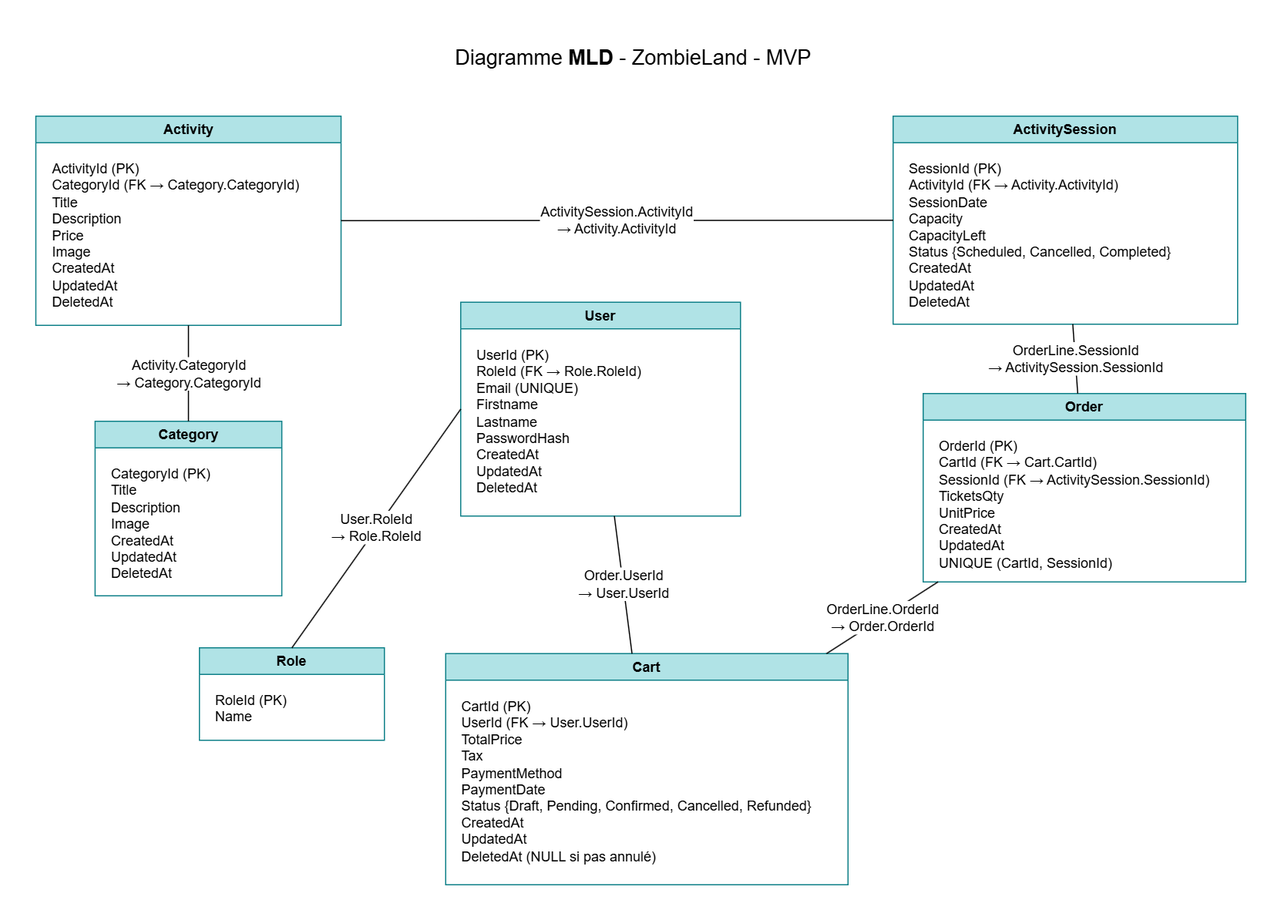
This is _conception/datamodels/mld.drawio.png from 5h4r0/z0mbiez0ne, a draw.io export, as it was before one commit. Source tidied: cells renumbered, new cells last; positions are measured from the earlier drawing's top-left corner, leaving out a move shared by most shapes.
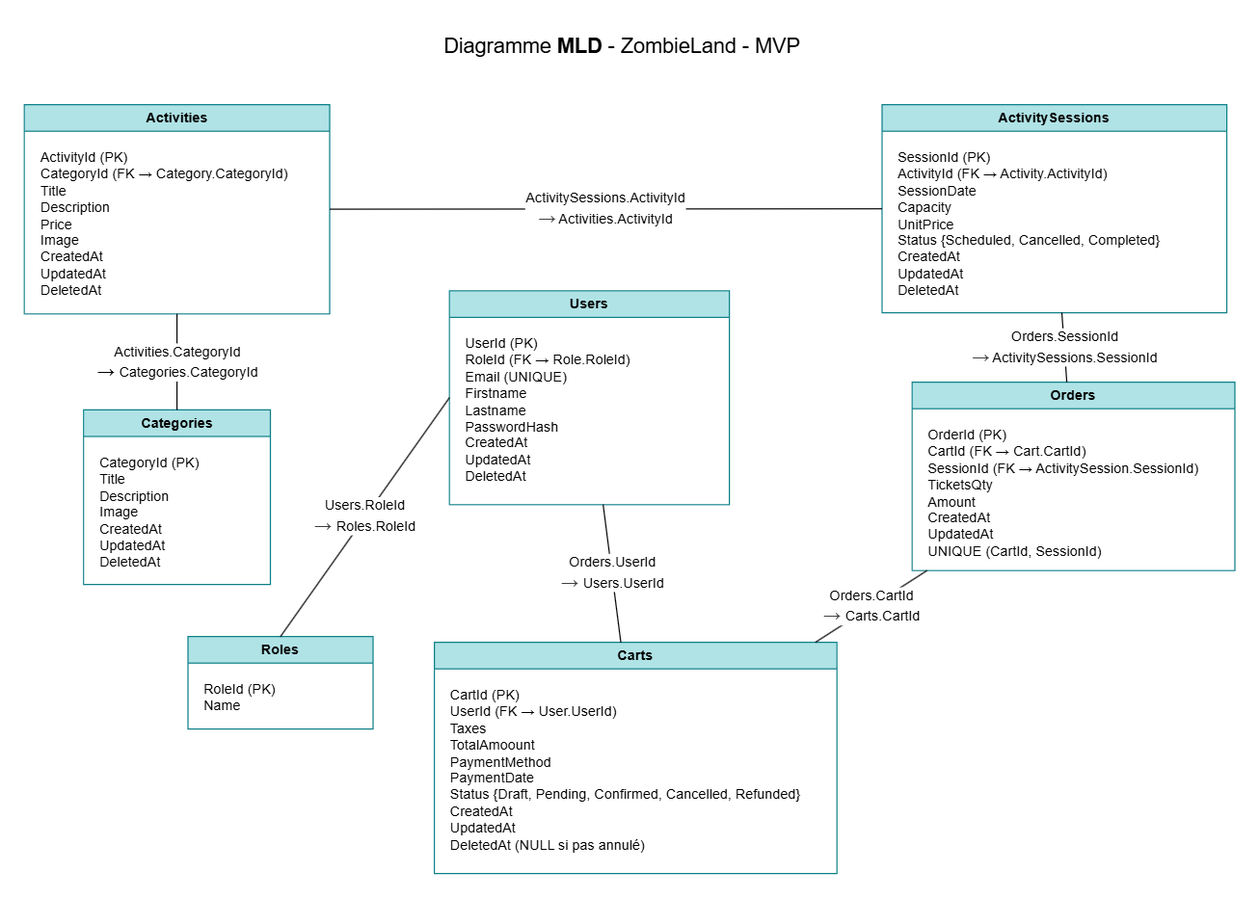
After the change.

Commit message:
Docs: some changes, Mermaid state diagramme (user flow)

Change to the diagram source:
```diff
@@ -5,64 +5,64 @@
     <mxCell id="2" value="&lt;span style=&quot;font-weight: normal;&quot;&gt;Diagramme &lt;/span&gt;MLD &lt;span style=&quot;font-weight: normal;&quot;&gt;- ZombieLand - MVP&lt;/span&gt;" style="text;strokeColor=none;fillColor=none;html=1;fontSize=18;fontStyle=1;verticalAlign=middle;align=center;fontColor=#000000;fontFamily=Helvetica;" parent="1" vertex="1">
       <mxGeometry x="292" width="450" height="40" as="geometry" />
     </mxCell>
-    <mxCell id="3" value="Category" style="swimlane;whiteSpace=wrap;html=1;fillColor=#b0e3e6;shadow=0;rounded=0;swimlaneLine=1;fontStyle=1;fontSize=12;align=center;fontFamily=Helvetica;strokeColor=#0e8088;" parent="1" vertex="1">
+    <mxCell id="3" value="Categories" style="swimlane;whiteSpace=wrap;html=1;fillColor=#b0e3e6;shadow=0;rounded=0;swimlaneLine=1;fontStyle=1;fontSize=12;align=center;fontFamily=Helvetica;strokeColor=#0e8088;" parent="1" vertex="1">
       <mxGeometry x="51.8" y="334" width="161.5" height="151" as="geometry" />
     </mxCell>
     <mxCell id="4" value="&lt;div&gt;&lt;font style=&quot;color: light-dark(rgb(0, 0, 0), rgb(0, 0, 0));&quot;&gt;CategoryId (PK)&lt;/font&gt;&lt;/div&gt;&lt;div&gt;&lt;font style=&quot;color: light-dark(rgb(0, 0, 0), rgb(0, 0, 0));&quot;&gt;Title&lt;/font&gt;&lt;/div&gt;&lt;div&gt;&lt;font style=&quot;color: light-dark(rgb(0, 0, 0), rgb(0, 0, 0));&quot;&gt;Description&lt;/font&gt;&lt;/div&gt;&lt;div&gt;&lt;font style=&quot;color: light-dark(rgb(0, 0, 0), rgb(0, 0, 0));&quot;&gt;Image&lt;/font&gt;&lt;/div&gt;&lt;div&gt;&lt;div style=&quot;color: rgb(63, 63, 63); scrollbar-color: rgb(226, 226, 226) rgb(251, 251, 251);&quot;&gt;&lt;font style=&quot;scrollbar-color: rgb(226, 226, 226) rgb(251, 251, 251); color: rgb(0, 0, 0);&quot;&gt;CreatedAt&amp;nbsp;&amp;nbsp;&lt;/font&gt;&lt;/div&gt;&lt;div style=&quot;color: rgb(63, 63, 63); scrollbar-color: rgb(226, 226, 226) rgb(251, 251, 251);&quot;&gt;&lt;font style=&quot;scrollbar-color: rgb(226, 226, 226) rgb(251, 251, 251); color: rgb(0, 0, 0);&quot;&gt;UpdatedAt&amp;nbsp;&amp;nbsp;&lt;/font&gt;&lt;/div&gt;&lt;div style=&quot;color: rgb(63, 63, 63); scrollbar-color: rgb(226, 226, 226) rgb(251, 251, 251);&quot;&gt;&lt;font style=&quot;scrollbar-color: rgb(226, 226, 226) rgb(251, 251, 251); color: rgb(0, 0, 0);&quot;&gt;DeletedAt&lt;/font&gt;&lt;/div&gt;&lt;/div&gt;" style="text;html=1;align=left;verticalAlign=top;strokeColor=none;fillColor=none;spacing=4;spacingTop=0;spacingLeft=0;horizontal=1;fontColor=#000000;fontSize=12;fontFamily=Helvetica;" parent="3" vertex="1">
       <mxGeometry x="10" y="30" width="106" height="115" as="geometry" />
     </mxCell>
-    <mxCell id="5" value="Activity" style="swimlane;whiteSpace=wrap;html=1;fillColor=#b0e3e6;shadow=0;rounded=0;swimlaneLine=1;fontStyle=1;fontSize=12;align=center;fontFamily=Helvetica;strokeColor=#0e8088;" parent="1" vertex="1">
+    <mxCell id="5" value="Activities" style="swimlane;whiteSpace=wrap;html=1;fillColor=#b0e3e6;shadow=0;rounded=0;swimlaneLine=1;fontStyle=1;fontSize=12;align=center;fontFamily=Helvetica;strokeColor=#0e8088;" parent="1" vertex="1">
       <mxGeometry x="0.5" y="70" width="264" height="181" as="geometry" />
     </mxCell>
     <mxCell id="6" value="&lt;div&gt;&lt;font style=&quot;color: rgb(0, 0, 0);&quot;&gt;ActivityId (PK)&lt;/font&gt;&lt;/div&gt;&lt;div&gt;&lt;font style=&quot;color: rgb(0, 0, 0);&quot;&gt;CategoryId (FK → Category.CategoryId)&lt;/font&gt;&lt;/div&gt;&lt;div&gt;&lt;font style=&quot;color: rgb(0, 0, 0);&quot;&gt;Title&lt;/font&gt;&lt;/div&gt;&lt;div&gt;&lt;font style=&quot;color: rgb(0, 0, 0);&quot;&gt;Description&lt;/font&gt;&lt;/div&gt;&lt;div&gt;&lt;font style=&quot;color: rgb(0, 0, 0);&quot;&gt;Price&lt;/font&gt;&lt;/div&gt;&lt;div&gt;&lt;font style=&quot;color: rgb(0, 0, 0);&quot;&gt;Image&lt;/font&gt;&lt;/div&gt;&lt;div&gt;&lt;font style=&quot;color: rgb(0, 0, 0);&quot;&gt;CreatedAt&lt;/font&gt;&lt;/div&gt;&lt;div&gt;&lt;font style=&quot;color: rgb(0, 0, 0);&quot;&gt;UpdatedAt&lt;/font&gt;&lt;/div&gt;&lt;div&gt;&lt;font style=&quot;color: rgb(0, 0, 0);&quot;&gt;DeletedAt&lt;/font&gt;&lt;/div&gt;" style="text;html=1;align=left;verticalAlign=top;strokeColor=none;fillColor=none;spacing=4;spacingTop=0;spacingLeft=0;horizontal=1;fontColor=#000000;fontSize=12;fontFamily=Helvetica;" parent="5" vertex="1">
       <mxGeometry x="10" y="30" width="234" height="144" as="geometry" />
     </mxCell>
-    <mxCell id="7" value="ActivitySession" style="swimlane;whiteSpace=wrap;html=1;fillColor=#b0e3e6;shadow=0;rounded=0;swimlaneLine=1;fontStyle=1;fontSize=12;align=center;fontFamily=Helvetica;strokeColor=#0e8088;" parent="1" vertex="1">
+    <mxCell id="7" value="ActivitySessions" style="swimlane;whiteSpace=wrap;html=1;fillColor=#b0e3e6;shadow=0;rounded=0;swimlaneLine=1;fontStyle=1;fontSize=12;align=center;fontFamily=Helvetica;strokeColor=#0e8088;" parent="1" vertex="1">
       <mxGeometry x="742" y="70" width="298" height="180" as="geometry" />
     </mxCell>
-    <mxCell id="8" value="&lt;div&gt;&lt;font color=&quot;#000000&quot;&gt;SessionId (PK)&lt;/font&gt;&lt;/div&gt;&lt;div&gt;&lt;font color=&quot;#000000&quot;&gt;ActivityId (FK → Activity.ActivityId)&lt;/font&gt;&lt;/div&gt;&lt;div&gt;&lt;font color=&quot;#000000&quot;&gt;SessionDate&lt;/font&gt;&lt;/div&gt;&lt;div&gt;&lt;font color=&quot;#000000&quot;&gt;Capacity&lt;/font&gt;&lt;/div&gt;&lt;div&gt;&lt;font color=&quot;#000000&quot;&gt;CapacityLeft&lt;/font&gt;&lt;/div&gt;&lt;div&gt;&lt;font color=&quot;#000000&quot;&gt;Status {Scheduled, Cancelled, Completed}&lt;/font&gt;&lt;/div&gt;&lt;div&gt;&lt;div style=&quot;color: rgb(63, 63, 63); scrollbar-color: rgb(226, 226, 226) rgb(251, 251, 251);&quot;&gt;&lt;font style=&quot;scrollbar-color: rgb(226, 226, 226) rgb(251, 251, 251); color: rgb(0, 0, 0);&quot;&gt;CreatedAt&lt;/font&gt;&lt;/div&gt;&lt;div style=&quot;color: rgb(63, 63, 63); scrollbar-color: rgb(226, 226, 226) rgb(251, 251, 251);&quot;&gt;&lt;font style=&quot;scrollbar-color: rgb(226, 226, 226) rgb(251, 251, 251); color: rgb(0, 0, 0);&quot;&gt;UpdatedAt&lt;/font&gt;&lt;/div&gt;&lt;div style=&quot;color: rgb(63, 63, 63); scrollbar-color: rgb(226, 226, 226) rgb(251, 251, 251);&quot;&gt;&lt;font style=&quot;scrollbar-color: rgb(226, 226, 226) rgb(251, 251, 251); color: rgb(0, 0, 0);&quot;&gt;DeletedAt&lt;/font&gt;&lt;/div&gt;&lt;/div&gt;" style="text;html=1;align=left;verticalAlign=top;strokeColor=none;fillColor=none;spacing=4;spacingTop=0;spacingLeft=0;horizontal=1;fontColor=#000000;fontSize=12;fontFamily=Helvetica;" parent="7" vertex="1">
+    <mxCell id="8" value="&lt;div&gt;&lt;font color=&quot;#000000&quot;&gt;SessionId (PK)&lt;/font&gt;&lt;/div&gt;&lt;div&gt;&lt;font color=&quot;#000000&quot;&gt;ActivityId (FK → Activity.ActivityId)&lt;/font&gt;&lt;/div&gt;&lt;div&gt;&lt;font color=&quot;#000000&quot;&gt;SessionDate&lt;/font&gt;&lt;/div&gt;&lt;div&gt;&lt;font color=&quot;#000000&quot;&gt;Capacity&lt;/font&gt;&lt;/div&gt;&lt;div&gt;&lt;font color=&quot;#000000&quot;&gt;UnitPrice&lt;/font&gt;&lt;/div&gt;&lt;div&gt;&lt;font color=&quot;#000000&quot;&gt;Status {Scheduled, Cancelled, Completed}&lt;/font&gt;&lt;/div&gt;&lt;div&gt;&lt;div style=&quot;color: rgb(63, 63, 63); scrollbar-color: rgb(226, 226, 226) rgb(251, 251, 251);&quot;&gt;&lt;font style=&quot;scrollbar-color: rgb(226, 226, 226) rgb(251, 251, 251); color: rgb(0, 0, 0);&quot;&gt;CreatedAt&lt;/font&gt;&lt;/div&gt;&lt;div style=&quot;color: rgb(63, 63, 63); scrollbar-color: rgb(226, 226, 226) rgb(251, 251, 251);&quot;&gt;&lt;font style=&quot;scrollbar-color: rgb(226, 226, 226) rgb(251, 251, 251); color: rgb(0, 0, 0);&quot;&gt;UpdatedAt&lt;/font&gt;&lt;/div&gt;&lt;div style=&quot;color: rgb(63, 63, 63); scrollbar-color: rgb(226, 226, 226) rgb(251, 251, 251);&quot;&gt;&lt;font style=&quot;scrollbar-color: rgb(226, 226, 226) rgb(251, 251, 251); color: rgb(0, 0, 0);&quot;&gt;DeletedAt&lt;/font&gt;&lt;/div&gt;&lt;/div&gt;" style="text;html=1;align=left;verticalAlign=top;strokeColor=none;fillColor=none;spacing=4;spacingTop=0;spacingLeft=0;horizontal=1;fontColor=#000000;fontSize=12;fontFamily=Helvetica;" parent="7" vertex="1">
       <mxGeometry x="10" y="30" width="247" height="144" as="geometry" />
     </mxCell>
-    <mxCell id="9" value="Cart" style="swimlane;whiteSpace=wrap;html=1;fillColor=#b0e3e6;shadow=0;rounded=0;swimlaneLine=1;fontStyle=1;fontSize=12;align=center;fontFamily=Helvetica;strokeColor=#0e8088;" parent="1" vertex="1">
+    <mxCell id="9" value="Carts" style="swimlane;whiteSpace=wrap;html=1;fillColor=#b0e3e6;shadow=0;rounded=0;swimlaneLine=1;fontStyle=1;fontSize=12;align=center;fontFamily=Helvetica;strokeColor=#0e8088;" parent="1" vertex="1">
       <mxGeometry x="355" y="535" width="348" height="200" as="geometry" />
     </mxCell>
-    <mxCell id="10" value="&lt;div&gt;&lt;font color=&quot;#000000&quot;&gt;CartId (PK)&lt;/font&gt;&lt;/div&gt;&lt;div&gt;&lt;font color=&quot;#000000&quot;&gt;UserId (FK → User.UserId)&lt;/font&gt;&lt;/div&gt;&lt;div&gt;&lt;font color=&quot;#000000&quot;&gt;TotalPrice&lt;/font&gt;&lt;/div&gt;&lt;div&gt;&lt;font color=&quot;#000000&quot;&gt;Tax&lt;/font&gt;&lt;/div&gt;&lt;div&gt;&lt;font color=&quot;#000000&quot;&gt;PaymentMethod&lt;/font&gt;&lt;/div&gt;&lt;div&gt;&lt;font color=&quot;#000000&quot;&gt;PaymentDate&lt;/font&gt;&lt;/div&gt;&lt;div&gt;&lt;font color=&quot;#000000&quot;&gt;Status {Draft, Pending, Confirmed, Cancelled, Refunded}&lt;/font&gt;&lt;/div&gt;&lt;div&gt;&lt;font color=&quot;#000000&quot;&gt;CreatedAt&lt;/font&gt;&lt;/div&gt;&lt;div&gt;&lt;font color=&quot;#000000&quot;&gt;UpdatedAt&lt;/font&gt;&lt;/div&gt;&lt;div&gt;&lt;font color=&quot;#000000&quot;&gt;DeletedAt (NULL si pas annulé)&lt;/font&gt;&lt;/div&gt;" style="text;html=1;align=left;verticalAlign=top;strokeColor=none;fillColor=none;spacing=4;spacingTop=0;spacingLeft=0;horizontal=1;fontColor=#000000;fontSize=12;fontFamily=Helvetica;" parent="9" vertex="1">
+    <mxCell id="10" value="&lt;div&gt;&lt;font color=&quot;#000000&quot;&gt;CartId (PK)&lt;/font&gt;&lt;/div&gt;&lt;div&gt;&lt;font color=&quot;#000000&quot;&gt;UserId (FK → User.UserId)&lt;/font&gt;&lt;/div&gt;&lt;div&gt;&lt;span style=&quot;background-color: transparent;&quot;&gt;Taxes&lt;/span&gt;&lt;/div&gt;&lt;div&gt;&lt;font color=&quot;#000000&quot;&gt;TotalAmoount&lt;/font&gt;&lt;/div&gt;&lt;div&gt;&lt;font color=&quot;#000000&quot;&gt;PaymentMethod&lt;/font&gt;&lt;/div&gt;&lt;div&gt;&lt;font color=&quot;#000000&quot;&gt;PaymentDate&lt;/font&gt;&lt;/div&gt;&lt;div&gt;&lt;font color=&quot;#000000&quot;&gt;Status {Draft, Pending, Confirmed, Cancelled, Refunded}&lt;/font&gt;&lt;/div&gt;&lt;div&gt;&lt;font color=&quot;#000000&quot;&gt;CreatedAt&lt;/font&gt;&lt;/div&gt;&lt;div&gt;&lt;font color=&quot;#000000&quot;&gt;UpdatedAt&lt;/font&gt;&lt;/div&gt;&lt;div&gt;&lt;font color=&quot;#000000&quot;&gt;DeletedAt (NULL si pas annulé)&lt;/font&gt;&lt;/div&gt;" style="text;html=1;align=left;verticalAlign=top;strokeColor=none;fillColor=none;spacing=4;spacingTop=0;spacingLeft=0;horizontal=1;fontColor=#000000;fontSize=12;fontFamily=Helvetica;" parent="9" vertex="1">
       <mxGeometry x="10" y="30" width="323" height="158" as="geometry" />
     </mxCell>
-    <mxCell id="11" value="Order" style="swimlane;whiteSpace=wrap;html=1;fillColor=#b0e3e6;shadow=0;rounded=0;swimlaneLine=1;fontStyle=1;fontSize=12;align=center;fontFamily=Helvetica;strokeColor=#0e8088;" parent="1" vertex="1">
+    <mxCell id="11" value="Orders" style="swimlane;whiteSpace=wrap;html=1;fillColor=#b0e3e6;shadow=0;rounded=0;swimlaneLine=1;fontStyle=1;fontSize=12;align=center;fontFamily=Helvetica;strokeColor=#0e8088;" parent="1" vertex="1">
       <mxGeometry x="768" y="310" width="279" height="163" as="geometry" />
     </mxCell>
-    <mxCell id="12" value="&lt;div&gt;&lt;font color=&quot;#000000&quot;&gt;OrderId (PK)&lt;/font&gt;&lt;/div&gt;&lt;div&gt;&lt;font color=&quot;#000000&quot;&gt;CartId (FK → Cart.CartId)&lt;/font&gt;&lt;/div&gt;&lt;div&gt;&lt;font color=&quot;#000000&quot;&gt;SessionId (FK → ActivitySession.SessionId)&lt;/font&gt;&lt;/div&gt;&lt;div&gt;&lt;font color=&quot;#000000&quot;&gt;TicketsQty&lt;/font&gt;&lt;/div&gt;&lt;div&gt;&lt;font color=&quot;#000000&quot;&gt;UnitPrice&lt;/font&gt;&lt;/div&gt;&lt;div&gt;&lt;font color=&quot;#000000&quot;&gt;CreatedAt&lt;/font&gt;&lt;/div&gt;&lt;div&gt;&lt;font color=&quot;#000000&quot;&gt;UpdatedAt&lt;/font&gt;&lt;/div&gt;&lt;div&gt;&lt;font color=&quot;#000000&quot;&gt;UNIQUE (CartId, SessionId)&lt;/font&gt;&lt;/div&gt;" style="text;html=1;align=left;verticalAlign=top;strokeColor=none;fillColor=none;spacing=4;spacingTop=0;spacingLeft=0;horizontal=1;fontColor=#000000;fontSize=12;fontFamily=Helvetica;" parent="11" vertex="1">
+    <mxCell id="12" value="&lt;div&gt;&lt;font color=&quot;#000000&quot;&gt;OrderId (PK)&lt;/font&gt;&lt;/div&gt;&lt;div&gt;&lt;font color=&quot;#000000&quot;&gt;CartId (FK → Cart.CartId)&lt;/font&gt;&lt;/div&gt;&lt;div&gt;&lt;font color=&quot;#000000&quot;&gt;SessionId (FK → ActivitySession.SessionId)&lt;/font&gt;&lt;/div&gt;&lt;div&gt;&lt;font color=&quot;#000000&quot;&gt;TicketsQty&lt;/font&gt;&lt;/div&gt;&lt;div&gt;&lt;font color=&quot;#000000&quot;&gt;Amount&lt;/font&gt;&lt;/div&gt;&lt;div&gt;&lt;font color=&quot;#000000&quot;&gt;CreatedAt&lt;/font&gt;&lt;/div&gt;&lt;div&gt;&lt;font color=&quot;#000000&quot;&gt;UpdatedAt&lt;/font&gt;&lt;/div&gt;&lt;div&gt;&lt;font color=&quot;#000000&quot;&gt;UNIQUE (CartId, SessionId)&lt;/font&gt;&lt;/div&gt;" style="text;html=1;align=left;verticalAlign=top;strokeColor=none;fillColor=none;spacing=4;spacingTop=0;spacingLeft=0;horizontal=1;fontColor=#000000;fontSize=12;fontFamily=Helvetica;" parent="11" vertex="1">
       <mxGeometry x="10" y="30" width="254" height="129" as="geometry" />
     </mxCell>
-    <mxCell id="13" value="Activity.CategoryId &lt;br&gt;→ Category.CategoryId" style="endArrow=none;html=1;strokeWidth=1;rounded=0;fontColor=#000000;fontFamily=Helvetica;fontSize=12;" parent="1" edge="1" source="5" target="3">
+    <mxCell id="13" value="Activities.CategoryId &lt;br&gt;&lt;b&gt;&lt;font style=&quot;font-size: 15px;&quot;&gt;→ &lt;/font&gt;&lt;/b&gt;Categories.CategoryId" style="endArrow=none;html=1;strokeWidth=1;rounded=0;fontColor=#000000;fontFamily=Helvetica;fontSize=12;" parent="1" edge="1" source="5" target="3">
       <mxGeometry relative="1" as="geometry" />
     </mxCell>
-    <mxCell id="14" value="ActivitySession.ActivityId &lt;br&gt;→ Activity.ActivityId" style="endArrow=none;html=1;strokeWidth=1;rounded=0;fontColor=#000000;fontFamily=Helvetica;fontSize=12;" parent="1" edge="1" source="7" target="5">
+    <mxCell id="14" value="ActivitySessions.ActivityId &lt;br&gt;&lt;b style=&quot;color: rgb(63, 63, 63); scrollbar-color: rgb(226, 226, 226) rgb(251, 251, 251);&quot;&gt;&lt;font style=&quot;color: rgb(63, 63, 63); scrollbar-color: rgb(226, 226, 226) rgb(251, 251, 251); font-size: 15px;&quot;&gt;→&lt;/font&gt;&lt;/b&gt;&amp;nbsp;Activities.ActivityId" style="endArrow=none;html=1;strokeWidth=1;rounded=0;fontColor=#000000;fontFamily=Helvetica;fontSize=12;" parent="1" edge="1" source="7" target="5">
       <mxGeometry relative="1" as="geometry" />
     </mxCell>
-    <mxCell id="15" value="OrderLine.OrderId &lt;br&gt;→ Order.OrderId" style="endArrow=none;html=1;strokeWidth=1;rounded=0;fontColor=#000000;fontFamily=Helvetica;fontSize=12;" parent="1" edge="1" source="11" target="9">
+    <mxCell id="15" value="Orders.CartId&lt;br&gt;&lt;b style=&quot;color: rgb(63, 63, 63); scrollbar-color: rgb(226, 226, 226) rgb(251, 251, 251);&quot;&gt;&lt;font style=&quot;color: rgb(63, 63, 63); scrollbar-color: rgb(226, 226, 226) rgb(251, 251, 251); font-size: 15px;&quot;&gt;→&amp;nbsp;&lt;/font&gt;&lt;/b&gt;Carts.CartId" style="endArrow=none;html=1;strokeWidth=1;rounded=0;fontColor=#000000;fontFamily=Helvetica;fontSize=12;" parent="1" edge="1" source="11" target="9">
       <mxGeometry relative="1" as="geometry" />
     </mxCell>
-    <mxCell id="16" value="OrderLine.SessionId &lt;br&gt;→ ActivitySession.SessionId" style="endArrow=none;html=1;strokeWidth=1;rounded=0;fontColor=#000000;fontFamily=Helvetica;fontSize=12;" parent="1" edge="1" source="11" target="7">
+    <mxCell id="16" value="Orders.SessionId &lt;br&gt;&lt;b style=&quot;color: rgb(63, 63, 63); scrollbar-color: rgb(226, 226, 226) rgb(251, 251, 251);&quot;&gt;&lt;font style=&quot;color: rgb(63, 63, 63); scrollbar-color: rgb(226, 226, 226) rgb(251, 251, 251); font-size: 15px;&quot;&gt;→&lt;/font&gt;&lt;/b&gt;&amp;nbsp;ActivitySessions.SessionId" style="endArrow=none;html=1;strokeWidth=1;rounded=0;fontColor=#000000;fontFamily=Helvetica;fontSize=12;" parent="1" edge="1" source="11" target="7">
       <mxGeometry relative="1" as="geometry" />
     </mxCell>
-    <mxCell id="17" value="User" style="swimlane;whiteSpace=wrap;html=1;fillColor=#b0e3e6;shadow=0;rounded=0;swimlaneLine=1;fontStyle=1;fontSize=12;align=center;fontFamily=Helvetica;strokeColor=#0e8088;" parent="1" vertex="1">
+    <mxCell id="17" value="Users" style="swimlane;whiteSpace=wrap;html=1;fillColor=#b0e3e6;shadow=0;rounded=0;swimlaneLine=1;fontStyle=1;fontSize=12;align=center;fontFamily=Helvetica;strokeColor=#0e8088;" parent="1" vertex="1">
       <mxGeometry x="368" y="231" width="242" height="185" as="geometry" />
     </mxCell>
     <mxCell id="18" value="UserId (PK) &amp;nbsp;&lt;br&gt;RoleId (FK → Role.RoleId) &amp;nbsp;&lt;br&gt;Email (UNIQUE) &amp;nbsp;&lt;br&gt;Firstname &amp;nbsp;&lt;br&gt;Lastname &amp;nbsp;&lt;br&gt;PasswordHash &amp;nbsp;&lt;br&gt;CreatedAt &amp;nbsp;&lt;br&gt;UpdatedAt &amp;nbsp;&lt;br&gt;DeletedAt" style="text;html=1;align=left;verticalAlign=top;strokeColor=none;fillColor=none;spacing=4;spacingTop=0;spacingLeft=0;horizontal=1;fontColor=#000000;fontSize=12;fontFamily=Helvetica;" parent="17" vertex="1">
       <mxGeometry x="10" y="30" width="169" height="144" as="geometry" />
     </mxCell>
-    <mxCell id="19" value="Order.UserId &lt;br&gt;→ User.UserId" style="endArrow=none;html=1;strokeWidth=1;rounded=0;fontColor=#000000;fontFamily=Helvetica;fontSize=12;" parent="1" edge="1" source="9" target="17">
+    <mxCell id="19" value="Orders.UserId &lt;br&gt;&lt;b style=&quot;color: rgb(63, 63, 63); scrollbar-color: rgb(226, 226, 226) rgb(251, 251, 251);&quot;&gt;&lt;font style=&quot;color: rgb(63, 63, 63); scrollbar-color: rgb(226, 226, 226) rgb(251, 251, 251); font-size: 15px;&quot;&gt;→&amp;nbsp;&lt;/font&gt;&lt;/b&gt;Users.UserId" style="endArrow=none;html=1;strokeWidth=1;rounded=0;fontColor=#000000;fontFamily=Helvetica;fontSize=12;" parent="1" edge="1" source="9" target="17">
       <mxGeometry relative="1" as="geometry" />
     </mxCell>
-    <mxCell id="20" value="Role" style="swimlane;whiteSpace=wrap;html=1;fillColor=#b0e3e6;shadow=0;rounded=0;swimlaneLine=1;fontStyle=1;fontSize=12;align=center;fontFamily=Helvetica;strokeColor=#0e8088;" parent="1" vertex="1">
+    <mxCell id="20" value="Roles" style="swimlane;whiteSpace=wrap;html=1;fillColor=#b0e3e6;shadow=0;rounded=0;swimlaneLine=1;fontStyle=1;fontSize=12;align=center;fontFamily=Helvetica;strokeColor=#0e8088;" parent="1" vertex="1">
       <mxGeometry x="142" y="530" width="160" height="80" as="geometry" />
     </mxCell>
     <mxCell id="21" value="RoleId (PK) &amp;nbsp;&lt;br&gt;Name" style="text;html=1;align=left;verticalAlign=top;strokeColor=none;fillColor=none;spacing=4;spacingTop=0;spacingLeft=0;horizontal=1;fontColor=#000000;fontSize=12;fontFamily=Helvetica;" parent="20" vertex="1">
       <mxGeometry x="10" y="30" width="89" height="43" as="geometry" />
     </mxCell>
-    <mxCell id="22" value="User.RoleId &lt;br&gt;→ Role.RoleId" style="endArrow=none;html=1;strokeWidth=1;rounded=0;exitX=0;exitY=0.5;exitDx=0;exitDy=0;entryX=0.5;entryY=0;entryDx=0;entryDy=0;fontColor=#000000;fontFamily=Helvetica;fontSize=12;" parent="1" edge="1" source="17" target="20">
+    <mxCell id="22" value="Users.RoleId &lt;br&gt;&lt;b style=&quot;color: rgb(63, 63, 63); scrollbar-color: rgb(226, 226, 226) rgb(251, 251, 251);&quot;&gt;&lt;font style=&quot;color: rgb(63, 63, 63); scrollbar-color: rgb(226, 226, 226) rgb(251, 251, 251); font-size: 15px;&quot;&gt;→&amp;nbsp;&lt;/font&gt;&lt;/b&gt;Roles.RoleId" style="endArrow=none;html=1;strokeWidth=1;rounded=0;exitX=0;exitY=0.5;exitDx=0;exitDy=0;entryX=0.5;entryY=0;entryDx=0;entryDy=0;fontColor=#000000;fontFamily=Helvetica;fontSize=12;" parent="1" edge="1" source="17" target="20">
       <mxGeometry relative="1" as="geometry" />
     </mxCell>
   </root>
```
